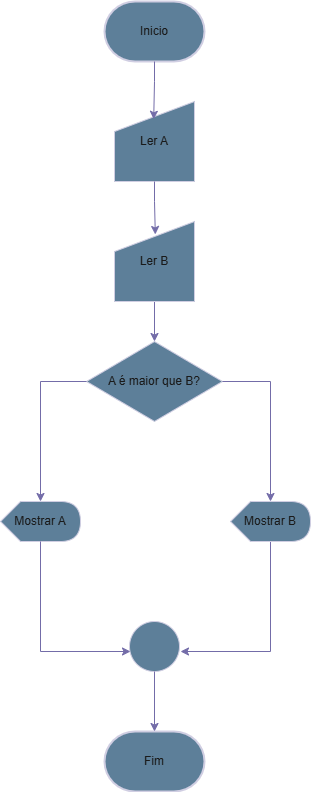
This is exercicios9.drawio.png from andrew-cdia/algoritmos-lista1, a draw.io export, as it was before one commit. Source tidied: cells renumbered, new cells last; positions are measured from the earlier drawing's top-left corner, leaving out a move shared by most shapes.
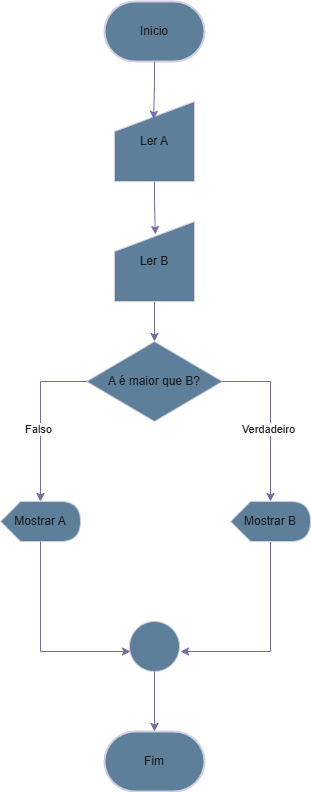
The same diagram one commit later.

Change to the diagram source:
```diff
@@ -46,9 +46,15 @@
     <mxCell id="14" style="edgeStyle=orthogonalEdgeStyle;rounded=0;jettySize=auto;html=1;entryX=0;entryY=0;entryDx=40;entryDy=0;entryPerimeter=0;labelBackgroundColor=none;strokeColor=#736CA8;fontColor=default;" parent="1" edge="1" source="7" target="10">
       <mxGeometry relative="1" as="geometry" />
     </mxCell>
+    <mxCell id="18" value="Falso" style="edgeLabel;html=1;align=center;verticalAlign=middle;strokeColor=#D0CEE2;fontColor=#1A1A1A;fillColor=#5D7F99;" parent="14" vertex="1">
+      <mxGeometry x="0.12" y="-3" relative="1" as="geometry" />
+    </mxCell>
     <mxCell id="15" style="edgeStyle=orthogonalEdgeStyle;rounded=0;jettySize=auto;html=1;entryX=0;entryY=0;entryDx=40;entryDy=0;entryPerimeter=0;labelBackgroundColor=none;strokeColor=#736CA8;fontColor=default;" parent="1" edge="1" source="7" target="9">
       <mxGeometry relative="1" as="geometry" />
     </mxCell>
+    <mxCell id="19" value="Verdadeiro" style="edgeLabel;html=1;align=center;verticalAlign=middle;strokeColor=#D0CEE2;fontColor=#1A1A1A;fillColor=#5D7F99;" parent="15" vertex="1">
+      <mxGeometry x="0.13" y="-3" relative="1" as="geometry" />
+    </mxCell>
     <mxCell id="16" style="edgeStyle=orthogonalEdgeStyle;rounded=0;jettySize=auto;html=1;entryX=0.02;entryY=0.6;entryDx=0;entryDy=0;entryPerimeter=0;labelBackgroundColor=none;strokeColor=#736CA8;fontColor=default;" parent="1" edge="1" target="11">
       <mxGeometry relative="1" as="geometry">
         <mxPoint x="40" y="540" as="sourcePoint" />
```
